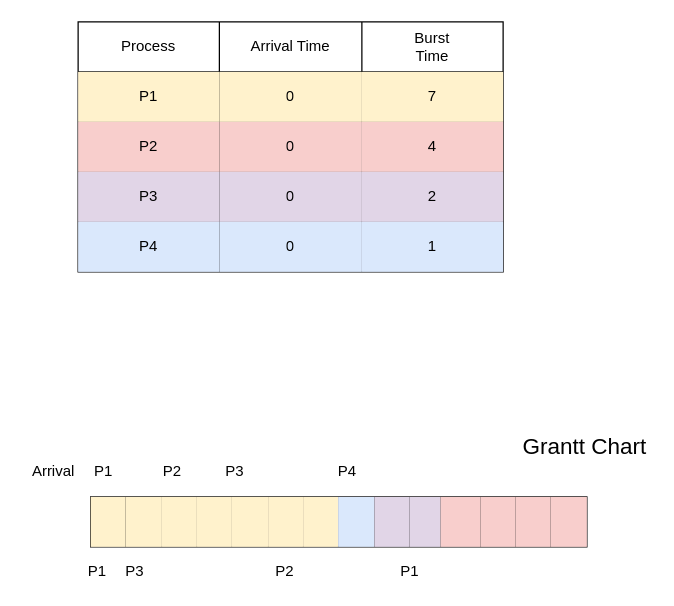
Earlier version of the draw.io diagram SJF-Arrival.drawio (estraining/diagram-store). Source tidied: cells renumbered, new cells numbered last; positions are measured from the earlier drawing's top-left corner, leaving out a move shared by most shapes. Both pictures are drawn from the tidied source at 125%, with x=0, y=0 at pixel (21, 21).
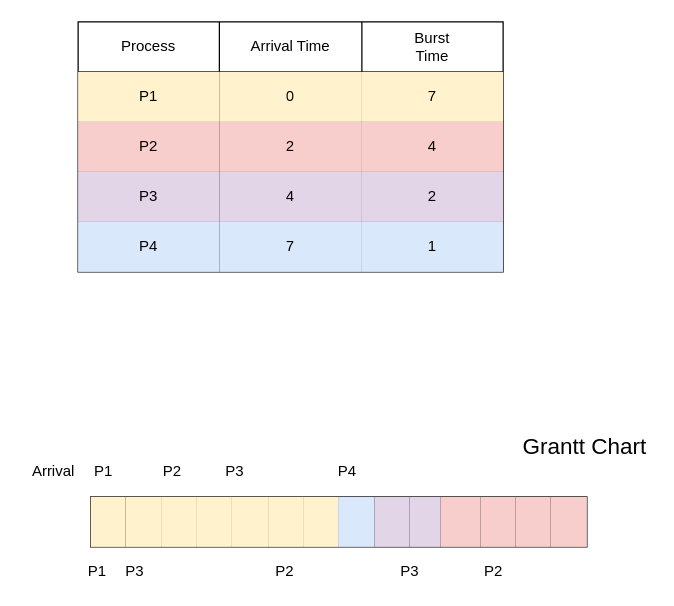
The same page after the edit.

Unchanged cells that the change refers to:
```xml
<mxCell id="11" style="shape=partialRectangle;html=1;whiteSpace=wrap;fillColor=none;top=0;left=0;bottom=0;right=0;" parent="2" vertex="1">
  <mxGeometry y="80" width="340" height="40" as="geometry" />
</mxCell>
<mxCell id="15" style="shape=partialRectangle;html=1;whiteSpace=wrap;fillColor=none;top=0;left=0;bottom=0;right=0;" parent="2" vertex="1">
  <mxGeometry y="120" width="340" height="40" as="geometry" />
</mxCell>
<mxCell id="19" style="shape=partialRectangle;html=1;whiteSpace=wrap;fillColor=none;top=0;left=0;bottom=0;right=0;" parent="2" vertex="1">
  <mxGeometry y="160" width="340" height="40" as="geometry" />
</mxCell>
```

Diff of the diagram source:
```diff
@@
-    <mxCell id="13" value="0" style="shape=partialRectangle;html=1;whiteSpace=wrap;overflow=hidden;fillColor=#f8cecc;top=0;left=0;bottom=0;right=0;strokeColor=#b85450;" parent="11" vertex="1">
+    <mxCell id="13" value="2" style="shape=partialRectangle;html=1;whiteSpace=wrap;overflow=hidden;fillColor=#f8cecc;top=0;left=0;bottom=0;right=0;strokeColor=#b85450;" parent="11" vertex="1">
       <mxGeometry x="113" width="114" height="40" as="geometry" />
     </mxCell>
@@
-    <mxCell id="17" value="0" style="shape=partialRectangle;html=1;whiteSpace=wrap;overflow=hidden;fillColor=#e1d5e7;top=0;left=0;bottom=0;right=0;strokeColor=#9673a6;" parent="15" vertex="1">
+    <mxCell id="17" value="4" style="shape=partialRectangle;html=1;whiteSpace=wrap;overflow=hidden;fillColor=#e1d5e7;top=0;left=0;bottom=0;right=0;strokeColor=#9673a6;" parent="15" vertex="1">
       <mxGeometry x="113" width="114" height="40" as="geometry" />
     </mxCell>
@@
-    <mxCell id="21" value="0" style="shape=partialRectangle;html=1;whiteSpace=wrap;overflow=hidden;fillColor=#dae8fc;top=0;left=0;bottom=0;right=0;strokeColor=#6c8ebf;" parent="19" vertex="1">
+    <mxCell id="21" value="7" style="shape=partialRectangle;html=1;whiteSpace=wrap;overflow=hidden;fillColor=#dae8fc;top=0;left=0;bottom=0;right=0;strokeColor=#6c8ebf;" parent="19" vertex="1">
       <mxGeometry x="113" width="114" height="40" as="geometry" />
     </mxCell>
@@
-    <mxCell id="27" value="P1" style="text;html=1;align=center;verticalAlign=middle;" parent="1" vertex="1">
+    <mxCell id="27" value="P3" style="text;html=1;align=center;verticalAlign=middle;" parent="1" vertex="1">
       <mxGeometry x="295" y="430" width="30" height="20" as="geometry" />
     </mxCell>
@@
+    <mxCell id="49" value="P2" style="text;html=1;align=center;verticalAlign=middle;" parent="1" vertex="1">
+      <mxGeometry x="362" y="430" width="30" height="20" as="geometry" />
+    </mxCell>
```
